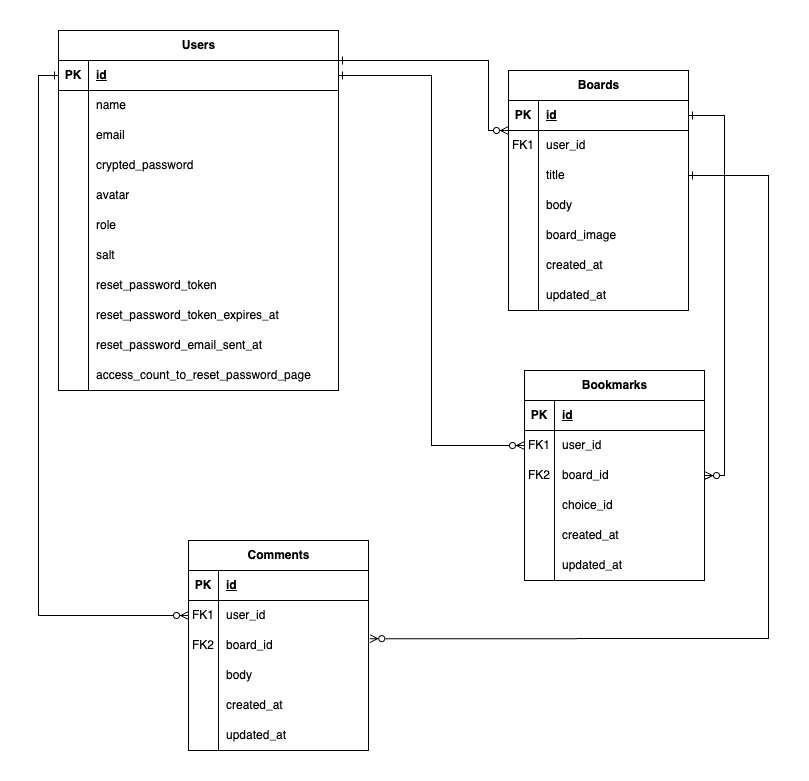
The draw.io diagram er_diagram.png in marin-okado/graduation_exam, before a commit. Source tidied: cells renumbered, new cells last; positions are measured from the earlier drawing's top-left corner, leaving out a move shared by most shapes.
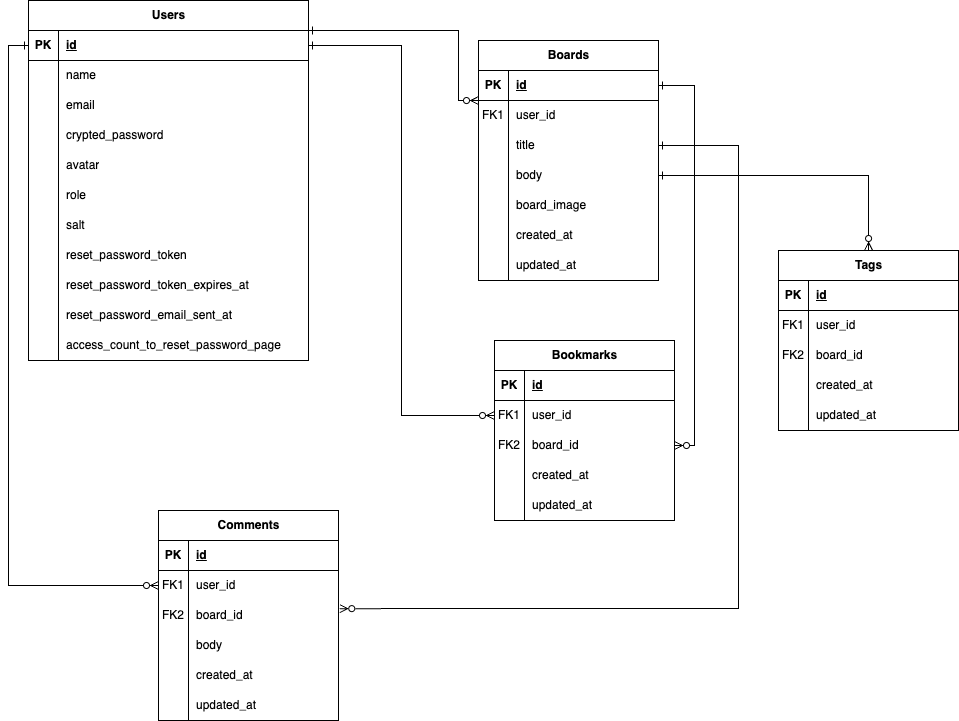
Later version of the same file.

Change to the diagram source:
```diff
@@ -171,7 +171,7 @@
       <mxGeometry x="30" width="150" height="30" as="geometry" />
     </mxCell>
     <mxCell id="58" value="Bookmarks" style="shape=table;startSize=30;rowLines=0;fontStyle=1;align=center;html=1;" parent="1" vertex="1">
-      <mxGeometry x="466" y="340" width="180" height="210" as="geometry" />
+      <mxGeometry x="466" y="340" width="180" height="180" as="geometry" />
     </mxCell>
     <mxCell id="59" style="shape=tableRow;horizontal=0;startSize=0;swimlaneHead=0;swimlaneBody=0;fillColor=none;top=0;left=0;right=0;bottom=1;" parent="58" vertex="1">
       <mxGeometry y="30" width="180" height="30" as="geometry" />
@@ -200,17 +200,8 @@
     <mxCell id="67" value="board_id" style="shape=partialRectangle;fillColor=none;top=0;left=0;bottom=0;right=0;align=left;spacingLeft=6;overflow=hidden;whiteSpace=wrap;html=1;" parent="65" vertex="1">
       <mxGeometry x="30" width="150" height="30" as="geometry" />
     </mxCell>
-    <mxCell id="68" style="shape=tableRow;horizontal=0;startSize=0;swimlaneHead=0;swimlaneBody=0;fillColor=none;top=0;left=0;right=0;bottom=0;" parent="58" vertex="1">
-      <mxGeometry y="120" width="180" height="30" as="geometry" />
-    </mxCell>
-    <mxCell id="69" style="shape=partialRectangle;fillColor=none;top=0;left=0;bottom=0;right=0;overflow=hidden;whiteSpace=wrap;html=1;" parent="68" vertex="1">
-      <mxGeometry width="30" height="30" as="geometry" />
-    </mxCell>
-    <mxCell id="70" value="choice_id" style="shape=partialRectangle;fillColor=none;top=0;left=0;bottom=0;right=0;align=left;spacingLeft=6;overflow=hidden;whiteSpace=wrap;html=1;" parent="68" vertex="1">
-      <mxGeometry x="30" width="150" height="30" as="geometry" />
-    </mxCell>
     <mxCell id="71" style="shape=tableRow;horizontal=0;startSize=0;swimlaneHead=0;swimlaneBody=0;fillColor=none;top=0;left=0;right=0;bottom=0;" parent="58" vertex="1">
-      <mxGeometry y="150" width="180" height="30" as="geometry" />
+      <mxGeometry y="120" width="180" height="30" as="geometry" />
     </mxCell>
     <mxCell id="72" style="shape=partialRectangle;fillColor=none;top=0;left=0;bottom=0;right=0;overflow=hidden;whiteSpace=wrap;html=1;" parent="71" vertex="1">
       <mxGeometry width="30" height="30" as="geometry" />
@@ -219,7 +210,7 @@
       <mxGeometry x="30" width="150" height="30" as="geometry" />
     </mxCell>
     <mxCell id="74" style="shape=tableRow;horizontal=0;startSize=0;swimlaneHead=0;swimlaneBody=0;fillColor=none;top=0;left=0;right=0;bottom=0;" parent="58" vertex="1">
-      <mxGeometry y="180" width="180" height="30" as="geometry" />
+      <mxGeometry y="150" width="180" height="30" as="geometry" />
     </mxCell>
     <mxCell id="75" style="shape=partialRectangle;fillColor=none;top=0;left=0;bottom=0;right=0;overflow=hidden;whiteSpace=wrap;html=1;" parent="74" vertex="1">
       <mxGeometry width="30" height="30" as="geometry" />
@@ -311,5 +302,56 @@
         </Array>
       </mxGeometry>
     </mxCell>
+    <mxCell id="101" value="Tags" style="shape=table;startSize=30;rowLines=0;fontStyle=1;align=center;html=1;" parent="1" vertex="1">
+      <mxGeometry x="750" y="250" width="180" height="180" as="geometry" />
+    </mxCell>
+    <mxCell id="102" style="shape=tableRow;horizontal=0;startSize=0;swimlaneHead=0;swimlaneBody=0;fillColor=none;top=0;left=0;right=0;bottom=1;" parent="101" vertex="1">
+      <mxGeometry y="30" width="180" height="30" as="geometry" />
+    </mxCell>
+    <mxCell id="103" value="PK" style="shape=partialRectangle;fillColor=none;top=0;left=0;bottom=0;right=0;fontStyle=1;overflow=hidden;whiteSpace=wrap;html=1;" parent="102" vertex="1">
+      <mxGeometry width="30" height="30" as="geometry" />
+    </mxCell>
+    <mxCell id="104" value="id" style="shape=partialRectangle;fillColor=none;top=0;left=0;bottom=0;right=0;align=left;spacingLeft=6;fontStyle=5;overflow=hidden;whiteSpace=wrap;html=1;" parent="102" vertex="1">
+      <mxGeometry x="30" width="150" height="30" as="geometry" />
+    </mxCell>
+    <mxCell id="105" style="shape=tableRow;horizontal=0;startSize=0;swimlaneHead=0;swimlaneBody=0;fillColor=none;top=0;left=0;right=0;bottom=0;" parent="101" vertex="1">
+      <mxGeometry y="60" width="180" height="30" as="geometry" />
+    </mxCell>
+    <mxCell id="106" value="FK1" style="shape=partialRectangle;fillColor=none;top=0;left=0;bottom=0;right=0;overflow=hidden;whiteSpace=wrap;html=1;" parent="105" vertex="1">
+      <mxGeometry width="30" height="30" as="geometry" />
+    </mxCell>
+    <mxCell id="107" value="user_id" style="shape=partialRectangle;fillColor=none;top=0;left=0;bottom=0;right=0;align=left;spacingLeft=6;overflow=hidden;whiteSpace=wrap;html=1;" parent="105" vertex="1">
+      <mxGeometry x="30" width="150" height="30" as="geometry" />
+    </mxCell>
+    <mxCell id="108" style="shape=tableRow;horizontal=0;startSize=0;swimlaneHead=0;swimlaneBody=0;fillColor=none;top=0;left=0;right=0;bottom=0;" parent="101" vertex="1">
+      <mxGeometry y="90" width="180" height="30" as="geometry" />
+    </mxCell>
+    <mxCell id="109" value="FK2" style="shape=partialRectangle;fillColor=none;top=0;left=0;bottom=0;right=0;overflow=hidden;whiteSpace=wrap;html=1;" parent="108" vertex="1">
+      <mxGeometry width="30" height="30" as="geometry" />
+    </mxCell>
+    <mxCell id="110" value="board_id" style="shape=partialRectangle;fillColor=none;top=0;left=0;bottom=0;right=0;align=left;spacingLeft=6;overflow=hidden;whiteSpace=wrap;html=1;" parent="108" vertex="1">
+      <mxGeometry x="30" width="150" height="30" as="geometry" />
+    </mxCell>
+    <mxCell id="68" style="shape=tableRow;horizontal=0;startSize=0;swimlaneHead=0;swimlaneBody=0;fillColor=none;top=0;left=0;right=0;bottom=0;" parent="101" vertex="1">
+      <mxGeometry y="120" width="180" height="30" as="geometry" />
+    </mxCell>
+    <mxCell id="111" style="shape=partialRectangle;fillColor=none;top=0;left=0;bottom=0;right=0;overflow=hidden;whiteSpace=wrap;html=1;" parent="68" vertex="1">
+      <mxGeometry width="30" height="30" as="geometry" />
+    </mxCell>
+    <mxCell id="112" value="created_at" style="shape=partialRectangle;fillColor=none;top=0;left=0;bottom=0;right=0;align=left;spacingLeft=6;overflow=hidden;whiteSpace=wrap;html=1;" parent="68" vertex="1">
+      <mxGeometry x="30" width="150" height="30" as="geometry" />
+    </mxCell>
+    <mxCell id="113" style="shape=tableRow;horizontal=0;startSize=0;swimlaneHead=0;swimlaneBody=0;fillColor=none;top=0;left=0;right=0;bottom=0;" parent="101" vertex="1">
+      <mxGeometry y="150" width="180" height="30" as="geometry" />
+    </mxCell>
+    <mxCell id="114" style="shape=partialRectangle;fillColor=none;top=0;left=0;bottom=0;right=0;overflow=hidden;whiteSpace=wrap;html=1;" parent="113" vertex="1">
+      <mxGeometry width="30" height="30" as="geometry" />
+    </mxCell>
+    <mxCell id="115" value="updated_at" style="shape=partialRectangle;fillColor=none;top=0;left=0;bottom=0;right=0;align=left;spacingLeft=6;overflow=hidden;whiteSpace=wrap;html=1;" parent="113" vertex="1">
+      <mxGeometry x="30" width="150" height="30" as="geometry" />
+    </mxCell>
+    <mxCell id="116" style="edgeStyle=orthogonalEdgeStyle;rounded=0;jettySize=auto;html=1;exitX=1;exitY=0.5;exitDx=0;exitDy=0;startArrow=ERone;startFill=0;endArrow=ERzeroToMany;endFill=0;" parent="1" edge="1" source="46" target="101">
+      <mxGeometry relative="1" as="geometry" />
+    </mxCell>
   </root>
 </mxGraphModel>
```
